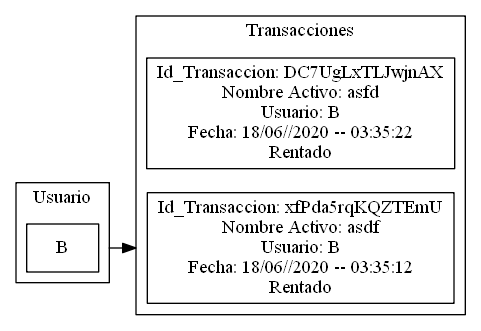
MEFM/SistemaDeRentas keeps this Graphviz diagram as TransaccionesXusuario.png. Above is the earlier version. Its source is kept beside it as TransaccionesXusuario.dot.
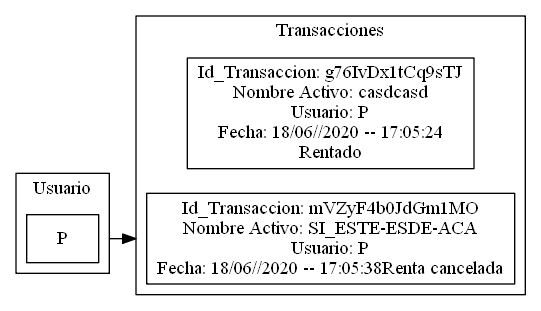
Above is the later version.

What changed in the source:
```diff
@@ -3,24 +3,23 @@
 node[shape = rectangle]
 compound = true;
 subgraph cluster0{
-Titular[label = "B"]
+Titular[label = "P"]
 label = "Usuario"
 }
 
 
 subgraph cluster1{
 label = "Transacciones"
-X01074C38[label = "Id_Transaccion: DC7UgLxTLJwjnAX
-Nombre Activo: asfd
-Usuario: B
-Fecha: 18/06//2020 -- 03:35:22
+X0072AC70[label = "Id_Transaccion: g76IvDx1tCq9sTJ
+Nombre Activo: casdcasd
+Usuario: P
+Fecha: 18/06//2020 -- 17:05:24
 Rentado"]
-X01074B68[label = "Id_Transaccion: xfPda5rqKQZTEmU
-Nombre Activo: asdf
-Usuario: B
-Fecha: 18/06//2020 -- 03:35:12
-Rentado"]
+X0072AD40[label = "Id_Transaccion: mVZyF4b0JdGm1MO
+Nombre Activo: SI_ESTE-ESDE-ACA
+Usuario: P
+Fecha: 18/06//2020 -- 17:05:38Renta cancelada"]
 }
 
-Titular -> X01074B68[ltail=cluster0 lhead=cluster1]
+Titular -> X0072AD40[ltail=cluster0 lhead=cluster1]
 }
```
